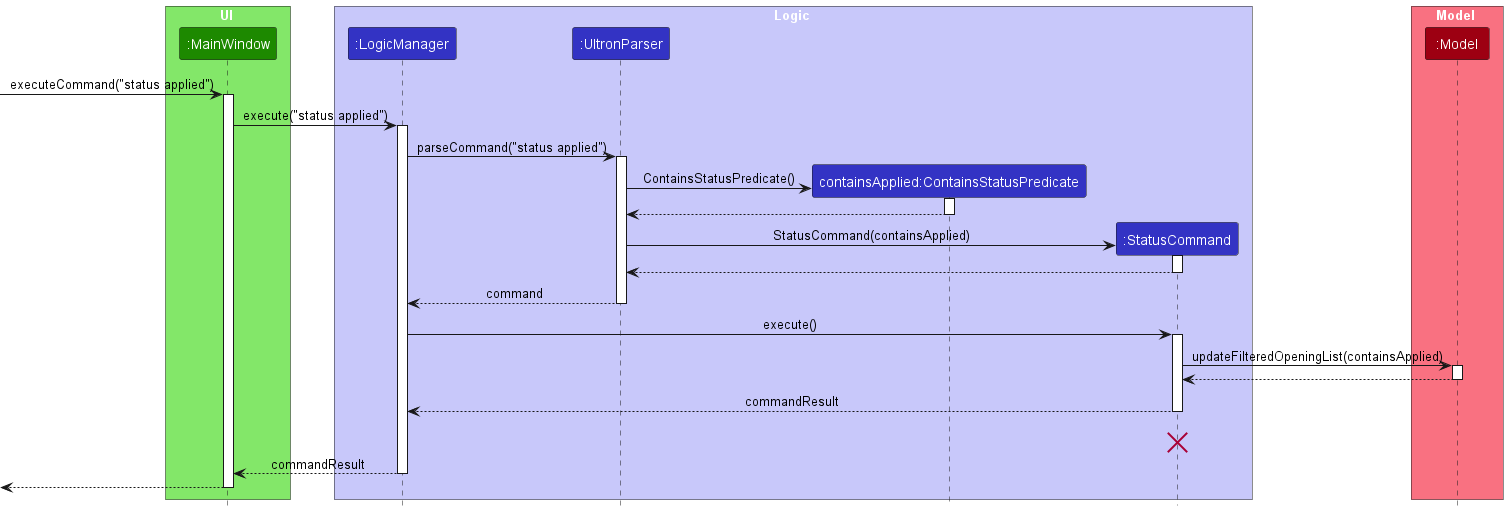
nus-cs2103-AY2223S2/tp keeps this PlantUML diagram as docs/images/StatusSequenceDiagram.png. Above is the earlier version.
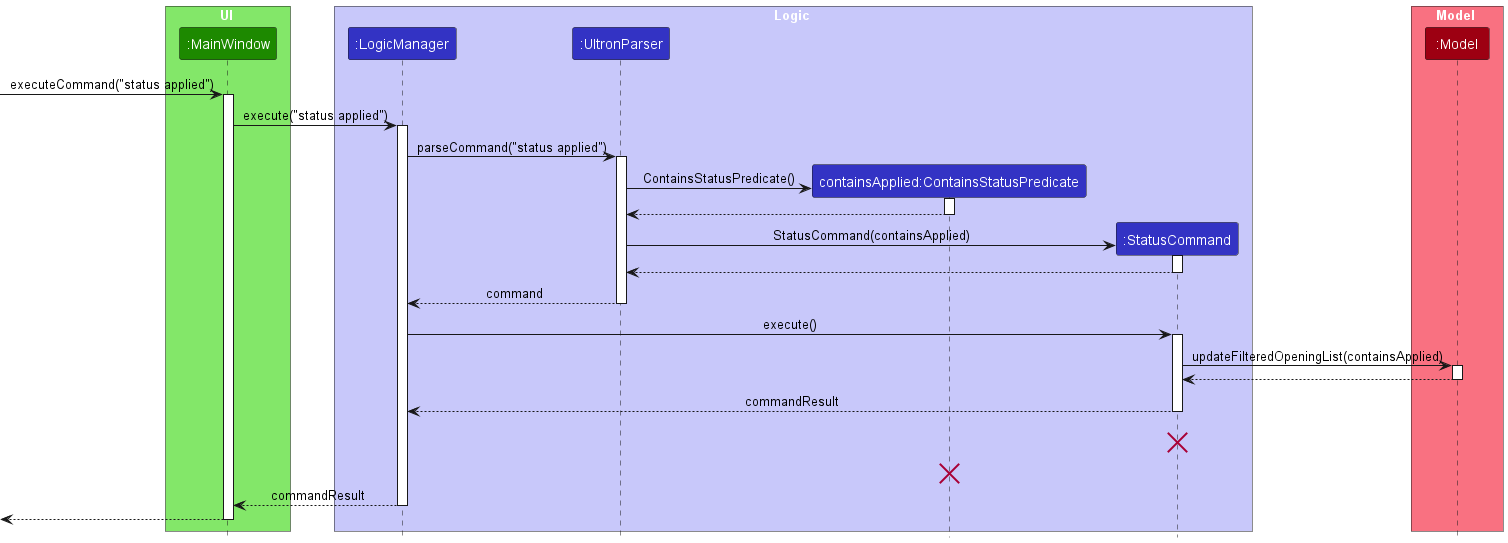
The same file after the commit.

Diff of the diagram source:
```diff
@@ -58,6 +58,9 @@
 StatusCommand -[hidden]-> LogicManager : commandResult
 destroy StatusCommand
 
+ContainsStatusPredicate -[hidden]-> LogicManager : commandResult
+destroy ContainsStatusPredicate
+
 LogicManager --> MainWindow : commandResult
 deactivate LogicManager
 
```
